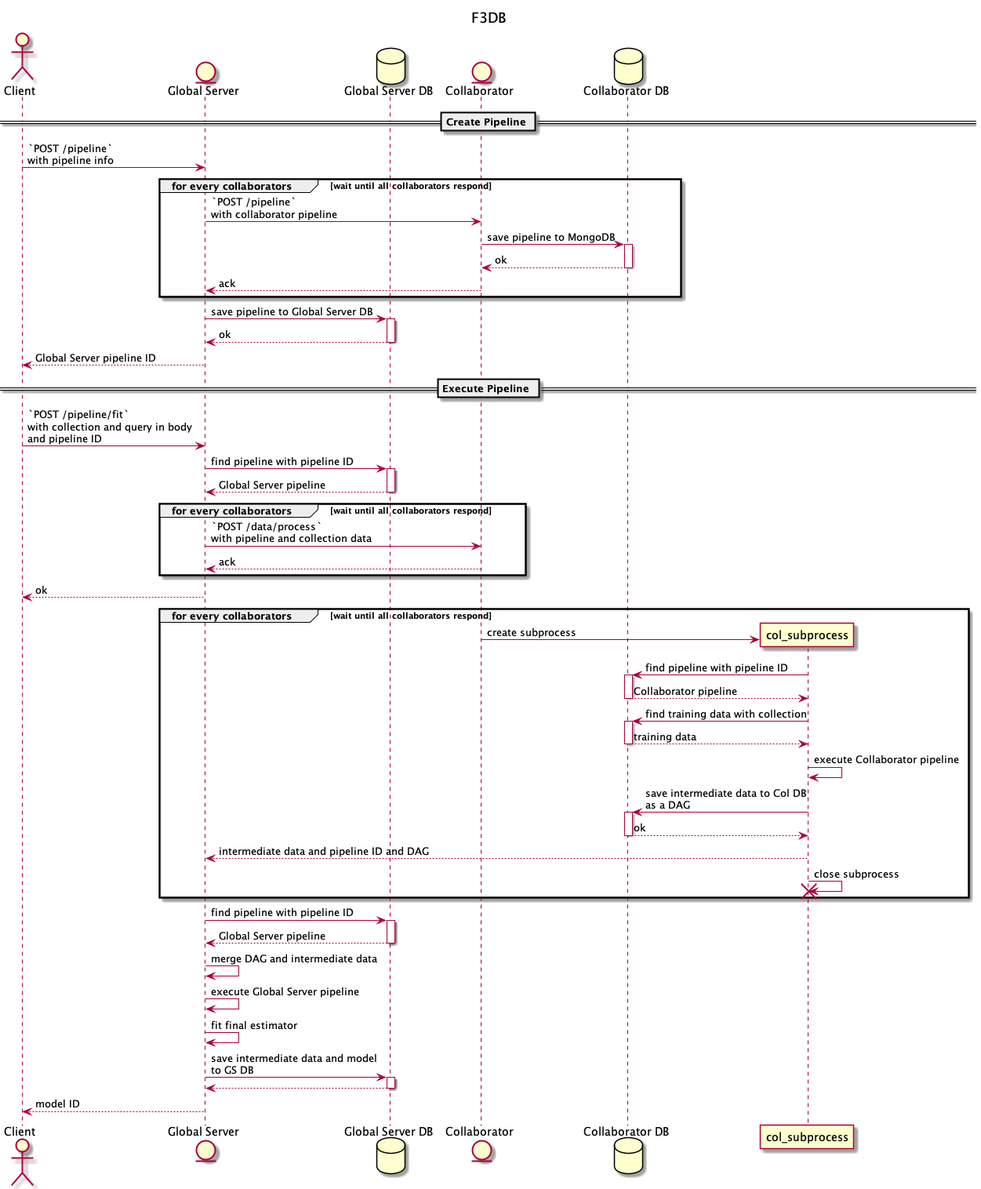
Earlier version of the PlantUML export F3DB.png (disam8853/f3db).
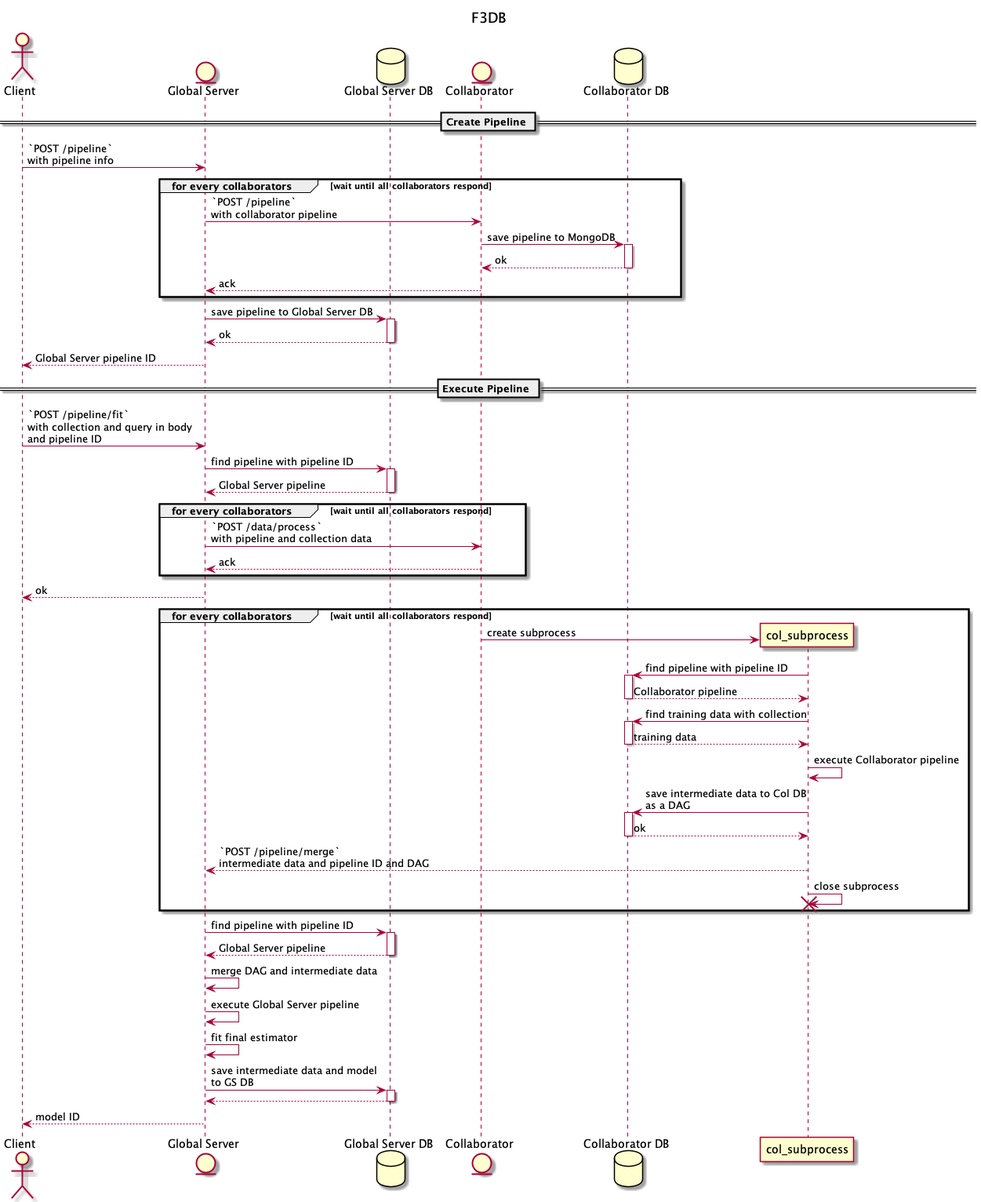
After the change.

What changed in the source:
```diff
@@ -41,7 +41,7 @@
 col_subprocess -> col_subprocess: execute Collaborator pipeline
 col_subprocess -> db_col++: save intermediate data to Col DB\nas a DAG
 return ok
-col_subprocess --> gs: intermediate data and pipeline ID and DAG
+col_subprocess --> gs: `POST /pipeline/merge`\nintermediate data and pipeline ID and DAG
 col_subprocess -> col_subprocess !!: close subprocess
 end
 
```
